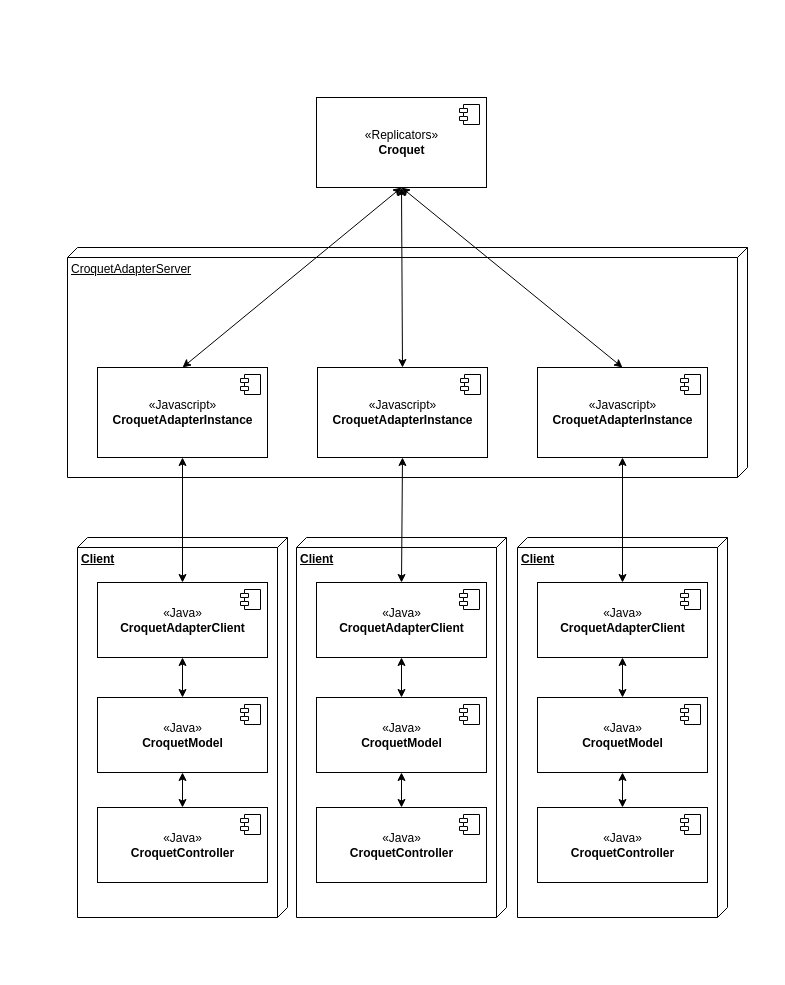
The draw.io diagram croquet.drawio in alemazzo/croquet-adapter, before the edit. Source tidied: cells renumbered, new cells numbered last; positions are measured from the earlier drawing's top-left corner, leaving out a move shared by most shapes. Both pictures are drawn from the tidied source at 100%, with x=0, y=0 at pixel (67, 97).
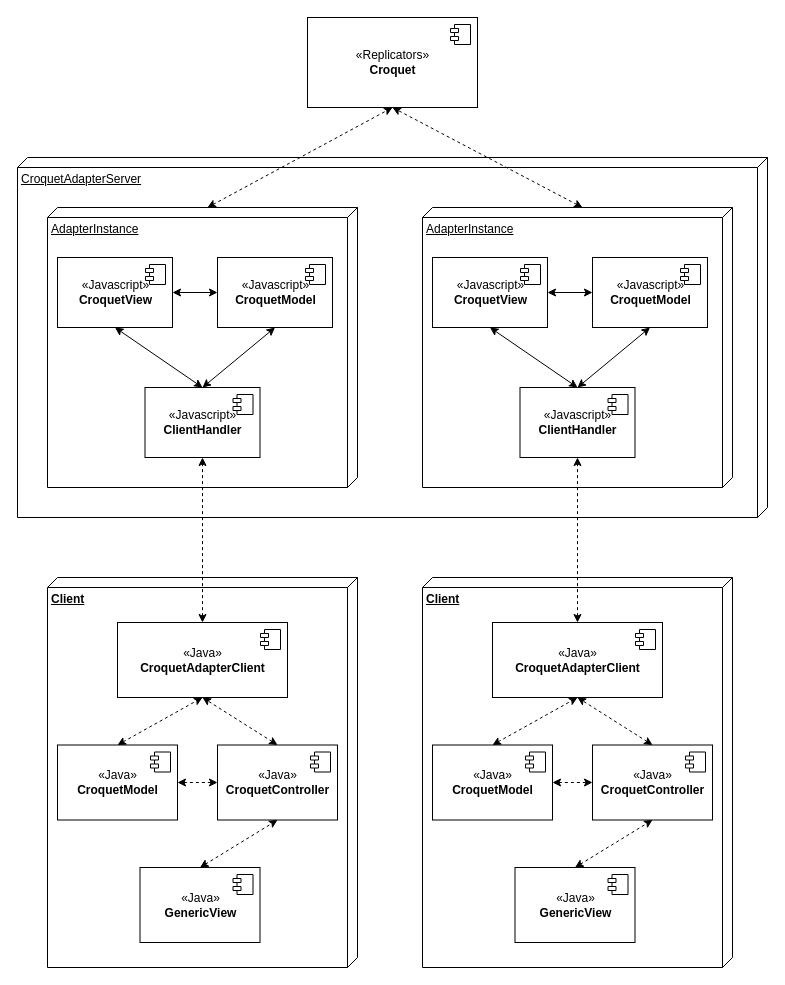
Above is the later version.

What changed in the source:
```diff
@@
     <mxCell id="2" value="&lt;b style=&quot;text-align: center;&quot;&gt;Client&lt;/b&gt;" style="verticalAlign=top;align=left;spacingTop=8;spacingLeft=2;spacingRight=12;shape=cube;size=10;direction=south;fontStyle=4;html=1;" parent="1" vertex="1">
-      <mxGeometry x="10" y="440" width="210" height="380" as="geometry" />
+      <mxGeometry x="-20" y="480" width="310" height="390" as="geometry" />
     </mxCell>
     <mxCell id="3" value="CroquetAdapterServer" style="verticalAlign=top;align=left;spacingTop=8;spacingLeft=2;spacingRight=12;shape=cube;size=10;direction=south;fontStyle=4;html=1;" parent="1" vertex="1">
-      <mxGeometry y="150" width="680" height="230" as="geometry" />
+      <mxGeometry x="-50" y="60" width="750" height="360" as="geometry" />
     </mxCell>
-    <mxCell id="4" style="edgeStyle=none;rounded=0;jettySize=auto;html=1;exitX=0.5;exitY=0;exitDx=0;exitDy=0;entryX=0.5;entryY=1;entryDx=0;entryDy=0;startArrow=classic;startFill=1;" parent="1" edge="1" source="5" target="13">
-      <mxGeometry relative="1" as="geometry" />
-    </mxCell>
-    <mxCell id="5" value="«Javascript»&lt;br&gt;&lt;b&gt;CroquetAdapterInstance&lt;/b&gt;" style="html=1;" parent="1" vertex="1">
-      <mxGeometry x="30" y="270" width="170" height="90" as="geometry" />
-    </mxCell>
-    <mxCell id="6" style="shape=module;jettyWidth=8;jettyHeight=4;" parent="5" vertex="1">
-      <mxGeometry x="1" width="20" height="20" relative="1" as="geometry">
-        <mxPoint x="-27" y="7" as="offset" />
-      </mxGeometry>
-    </mxCell>
-    <mxCell id="7" style="rounded=0;jettySize=auto;html=1;exitX=0.5;exitY=0;exitDx=0;exitDy=0;entryX=0.5;entryY=1;entryDx=0;entryDy=0;startArrow=classic;startFill=1;" parent="1" edge="1" source="8" target="5">
-      <mxGeometry relative="1" as="geometry" />
-    </mxCell>
     <mxCell id="8" value="«Java»&lt;br&gt;&lt;b&gt;CroquetAdapterClient&lt;/b&gt;" style="html=1;" parent="1" vertex="1">
-      <mxGeometry x="30" y="485" width="170" height="75" as="geometry" />
+      <mxGeometry x="50" y="525" width="170" height="75" as="geometry" />
     </mxCell>
@@
-    <mxCell id="10" style="edgeStyle=none;rounded=0;jettySize=auto;html=1;exitX=0.5;exitY=0;exitDx=0;exitDy=0;startArrow=classic;startFill=1;entryX=0.5;entryY=1;entryDx=0;entryDy=0;" parent="1" edge="1" source="11" target="13">
-      <mxGeometry relative="1" as="geometry" />
-    </mxCell>
-    <mxCell id="11" value="«Javascript»&lt;br&gt;&lt;b&gt;CroquetAdapterInstance&lt;/b&gt;" style="html=1;" parent="1" vertex="1">
-      <mxGeometry x="470" y="270" width="170" height="90" as="geometry" />
-    </mxCell>
-    <mxCell id="12" style="shape=module;jettyWidth=8;jettyHeight=4;" parent="11" vertex="1">
-      <mxGeometry x="1" width="20" height="20" relative="1" as="geometry">
-        <mxPoint x="-27" y="7" as="offset" />
-      </mxGeometry>
-    </mxCell>
     <mxCell id="13" value="«Replicators»&lt;br&gt;&lt;b&gt;Croquet&lt;/b&gt;" style="html=1;" parent="1" vertex="1">
-      <mxGeometry x="249" width="170" height="90" as="geometry" />
+      <mxGeometry x="240" y="-80" width="170" height="90" as="geometry" />
     </mxCell>
@@
-    <mxCell id="15" style="edgeStyle=none;rounded=0;jettySize=auto;html=1;exitX=0.5;exitY=0;exitDx=0;exitDy=0;entryX=0.5;entryY=1;entryDx=0;entryDy=0;startArrow=classic;startFill=1;" parent="1" edge="1" source="16" target="13">
-      <mxGeometry relative="1" as="geometry" />
-    </mxCell>
-    <mxCell id="16" value="«Javascript»&lt;br&gt;&lt;b&gt;CroquetAdapterInstance&lt;/b&gt;" style="html=1;" parent="1" vertex="1">
-      <mxGeometry x="250" y="270" width="170" height="90" as="geometry" />
-    </mxCell>
-    <mxCell id="17" style="shape=module;jettyWidth=8;jettyHeight=4;" parent="16" vertex="1">
-      <mxGeometry x="1" width="20" height="20" relative="1" as="geometry">
-        <mxPoint x="-27" y="7" as="offset" />
-      </mxGeometry>
-    </mxCell>
-    <mxCell id="18" style="edgeStyle=none;rounded=0;jettySize=auto;html=1;exitX=0.5;exitY=0;exitDx=0;exitDy=0;entryX=0.5;entryY=1;entryDx=0;entryDy=0;startArrow=classic;startFill=1;" parent="1" edge="1" source="19" target="8">
-      <mxGeometry relative="1" as="geometry" />
-    </mxCell>
-    <mxCell id="19" value="«Java»&lt;br&gt;&lt;b&gt;CroquetModel&lt;/b&gt;" style="html=1;" parent="1" vertex="1">
-      <mxGeometry x="30" y="600" width="170" height="75" as="geometry" />
-    </mxCell>
-    <mxCell id="20" style="shape=module;jettyWidth=8;jettyHeight=4;" parent="19" vertex="1">
-      <mxGeometry x="1" width="20" height="20" relative="1" as="geometry">
-        <mxPoint x="-27" y="7" as="offset" />
-      </mxGeometry>
-    </mxCell>
-    <mxCell id="21" style="edgeStyle=none;rounded=0;jettySize=auto;html=1;exitX=0.5;exitY=0;exitDx=0;exitDy=0;entryX=0.5;entryY=1;entryDx=0;entryDy=0;startArrow=classic;startFill=1;" parent="1" edge="1" source="22" target="19">
-      <mxGeometry relative="1" as="geometry" />
-    </mxCell>
+    <mxCell id="44" style="edgeStyle=none;rounded=0;jettySize=auto;html=1;exitX=0.5;exitY=0;exitDx=0;exitDy=0;dashed=1;startArrow=classic;startFill=1;entryX=0.5;entryY=1;entryDx=0;entryDy=0;" parent="1" edge="1" source="22" target="8">
+      <mxGeometry relative="1" as="geometry" />
+    </mxCell>
     <mxCell id="22" value="«Java»&lt;br&gt;&lt;b&gt;CroquetController&lt;/b&gt;" style="html=1;" parent="1" vertex="1">
-      <mxGeometry x="30" y="710" width="170" height="75" as="geometry" />
+      <mxGeometry x="150" y="647.5" width="120" height="75" as="geometry" />
     </mxCell>
@@
-    <mxCell id="24" value="&lt;b style=&quot;text-align: center;&quot;&gt;Client&lt;/b&gt;" style="verticalAlign=top;align=left;spacingTop=8;spacingLeft=2;spacingRight=12;shape=cube;size=10;direction=south;fontStyle=4;html=1;" parent="1" vertex="1">
-      <mxGeometry x="229" y="440" width="210" height="380" as="geometry" />
-    </mxCell>
-    <mxCell id="25" style="edgeStyle=none;rounded=0;jettySize=auto;html=1;exitX=0.5;exitY=0;exitDx=0;exitDy=0;entryX=0.5;entryY=1;entryDx=0;entryDy=0;startArrow=classic;startFill=1;" parent="1" edge="1" source="26" target="16">
-      <mxGeometry relative="1" as="geometry" />
-    </mxCell>
-    <mxCell id="26" value="«Java»&lt;br&gt;&lt;b&gt;CroquetAdapterClient&lt;/b&gt;" style="html=1;" parent="1" vertex="1">
-      <mxGeometry x="249" y="485" width="170" height="75" as="geometry" />
-    </mxCell>
-    <mxCell id="27" style="shape=module;jettyWidth=8;jettyHeight=4;" parent="26" vertex="1">
-      <mxGeometry x="1" width="20" height="20" relative="1" as="geometry">
-        <mxPoint x="-27" y="7" as="offset" />
-      </mxGeometry>
-    </mxCell>
-    <mxCell id="28" style="edgeStyle=none;rounded=0;jettySize=auto;html=1;exitX=0.5;exitY=0;exitDx=0;exitDy=0;entryX=0.5;entryY=1;entryDx=0;entryDy=0;startArrow=classic;startFill=1;" parent="1" edge="1" source="29" target="26">
-      <mxGeometry relative="1" as="geometry" />
-    </mxCell>
-    <mxCell id="29" value="«Java»&lt;br&gt;&lt;b&gt;CroquetModel&lt;/b&gt;" style="html=1;" parent="1" vertex="1">
-      <mxGeometry x="249" y="600" width="170" height="75" as="geometry" />
-    </mxCell>
-    <mxCell id="30" style="shape=module;jettyWidth=8;jettyHeight=4;" parent="29" vertex="1">
-      <mxGeometry x="1" width="20" height="20" relative="1" as="geometry">
-        <mxPoint x="-27" y="7" as="offset" />
-      </mxGeometry>
-    </mxCell>
-    <mxCell id="31" style="edgeStyle=none;rounded=0;jettySize=auto;html=1;exitX=0.5;exitY=0;exitDx=0;exitDy=0;entryX=0.5;entryY=1;entryDx=0;entryDy=0;startArrow=classic;startFill=1;" parent="1" edge="1" source="32" target="29">
-      <mxGeometry relative="1" as="geometry" />
-    </mxCell>
-    <mxCell id="32" value="«Java»&lt;br&gt;&lt;b&gt;CroquetController&lt;/b&gt;" style="html=1;" parent="1" vertex="1">
-      <mxGeometry x="249" y="710" width="170" height="75" as="geometry" />
-    </mxCell>
-    <mxCell id="33" style="shape=module;jettyWidth=8;jettyHeight=4;" parent="32" vertex="1">
-      <mxGeometry x="1" width="20" height="20" relative="1" as="geometry">
-        <mxPoint x="-27" y="7" as="offset" />
-      </mxGeometry>
-    </mxCell>
-    <mxCell id="34" value="&lt;b style=&quot;text-align: center;&quot;&gt;Client&lt;/b&gt;" style="verticalAlign=top;align=left;spacingTop=8;spacingLeft=2;spacingRight=12;shape=cube;size=10;direction=south;fontStyle=4;html=1;" parent="1" vertex="1">
-      <mxGeometry x="450" y="440" width="210" height="380" as="geometry" />
-    </mxCell>
-    <mxCell id="35" style="edgeStyle=none;rounded=0;jettySize=auto;html=1;exitX=0.5;exitY=0;exitDx=0;exitDy=0;entryX=0.5;entryY=1;entryDx=0;entryDy=0;startArrow=classic;startFill=1;" parent="1" edge="1" source="36" target="11">
-      <mxGeometry relative="1" as="geometry" />
-    </mxCell>
-    <mxCell id="36" value="«Java»&lt;br&gt;&lt;b&gt;CroquetAdapterClient&lt;/b&gt;" style="html=1;" parent="1" vertex="1">
-      <mxGeometry x="470" y="485" width="170" height="75" as="geometry" />
-    </mxCell>
-    <mxCell id="37" style="shape=module;jettyWidth=8;jettyHeight=4;" parent="36" vertex="1">
-      <mxGeometry x="1" width="20" height="20" relative="1" as="geometry">
-        <mxPoint x="-27" y="7" as="offset" />
-      </mxGeometry>
-    </mxCell>
-    <mxCell id="38" style="edgeStyle=none;rounded=0;jettySize=auto;html=1;exitX=0.5;exitY=0;exitDx=0;exitDy=0;entryX=0.5;entryY=1;entryDx=0;entryDy=0;startArrow=classic;startFill=1;" parent="1" edge="1" source="39" target="36">
-      <mxGeometry relative="1" as="geometry" />
-    </mxCell>
-    <mxCell id="39" value="«Java»&lt;br&gt;&lt;b&gt;CroquetModel&lt;/b&gt;" style="html=1;" parent="1" vertex="1">
-      <mxGeometry x="470" y="600" width="170" height="75" as="geometry" />
-    </mxCell>
-    <mxCell id="40" style="shape=module;jettyWidth=8;jettyHeight=4;" parent="39" vertex="1">
-      <mxGeometry x="1" width="20" height="20" relative="1" as="geometry">
-        <mxPoint x="-27" y="7" as="offset" />
-      </mxGeometry>
-    </mxCell>
-    <mxCell id="41" style="edgeStyle=none;rounded=0;jettySize=auto;html=1;exitX=0.5;exitY=0;exitDx=0;exitDy=0;entryX=0.5;entryY=1;entryDx=0;entryDy=0;startArrow=classic;startFill=1;" parent="1" edge="1" source="42" target="39">
-      <mxGeometry relative="1" as="geometry" />
-    </mxCell>
-    <mxCell id="42" value="«Java»&lt;br&gt;&lt;b&gt;CroquetController&lt;/b&gt;" style="html=1;" parent="1" vertex="1">
-      <mxGeometry x="470" y="710" width="170" height="75" as="geometry" />
-    </mxCell>
-    <mxCell id="43" style="shape=module;jettyWidth=8;jettyHeight=4;" parent="42" vertex="1">
-      <mxGeometry x="1" width="20" height="20" relative="1" as="geometry">
-        <mxPoint x="-27" y="7" as="offset" />
-      </mxGeometry>
-    </mxCell>
+    <mxCell id="45" value="AdapterInstance" style="verticalAlign=top;align=left;spacingTop=8;spacingLeft=2;spacingRight=12;shape=cube;size=10;direction=south;fontStyle=4;html=1;" parent="1" vertex="1">
+      <mxGeometry x="-20" y="110" width="310" height="280" as="geometry" />
+    </mxCell>
+    <mxCell id="46" style="edgeStyle=none;rounded=0;jettySize=auto;html=1;exitX=0;exitY=0;exitDx=0;exitDy=150;entryX=0.5;entryY=1;entryDx=0;entryDy=0;startArrow=classic;startFill=1;dashed=1;exitPerimeter=0;" parent="1" edge="1" source="45" target="13">
+      <mxGeometry relative="1" as="geometry" />
+    </mxCell>
+    <mxCell id="47" value="«Javascript»&lt;br&gt;&lt;b&gt;CroquetModel&lt;/b&gt;" style="html=1;" parent="1" vertex="1">
+      <mxGeometry x="150" y="160" width="115" height="70" as="geometry" />
+    </mxCell>
+    <mxCell id="48" style="shape=module;jettyWidth=8;jettyHeight=4;" parent="47" vertex="1">
+      <mxGeometry x="1" width="20" height="20" relative="1" as="geometry">
+        <mxPoint x="-27" y="7" as="offset" />
+      </mxGeometry>
+    </mxCell>
+    <mxCell id="49" style="edgeStyle=none;rounded=0;jettySize=auto;html=1;exitX=1;exitY=0.5;exitDx=0;exitDy=0;entryX=0;entryY=0.5;entryDx=0;entryDy=0;startArrow=classic;startFill=1;" parent="1" edge="1" source="50" target="47">
+      <mxGeometry relative="1" as="geometry" />
+    </mxCell>
+    <mxCell id="50" value="«Javascript»&lt;br&gt;&lt;b&gt;CroquetView&lt;/b&gt;" style="html=1;" parent="1" vertex="1">
+      <mxGeometry x="-10" y="160" width="115" height="70" as="geometry" />
+    </mxCell>
+    <mxCell id="51" style="shape=module;jettyWidth=8;jettyHeight=4;" parent="50" vertex="1">
+      <mxGeometry x="1" width="20" height="20" relative="1" as="geometry">
+        <mxPoint x="-27" y="7" as="offset" />
+      </mxGeometry>
+    </mxCell>
+    <mxCell id="52" style="edgeStyle=none;rounded=0;jettySize=auto;html=1;exitX=0.5;exitY=0;exitDx=0;exitDy=0;entryX=0.5;entryY=1;entryDx=0;entryDy=0;dashed=1;startArrow=classic;startFill=1;" parent="1" edge="1" source="8" target="55">
+      <mxGeometry relative="1" as="geometry" />
+    </mxCell>
+    <mxCell id="53" style="edgeStyle=none;rounded=0;jettySize=auto;html=1;exitX=0.5;exitY=0;exitDx=0;exitDy=0;entryX=0.5;entryY=1;entryDx=0;entryDy=0;startArrow=classic;startFill=1;" parent="1" edge="1" source="55" target="50">
+      <mxGeometry relative="1" as="geometry" />
+    </mxCell>
+    <mxCell id="54" style="edgeStyle=none;rounded=0;jettySize=auto;html=1;exitX=0.5;exitY=0;exitDx=0;exitDy=0;entryX=0.5;entryY=1;entryDx=0;entryDy=0;startArrow=classic;startFill=1;" parent="1" edge="1" source="55" target="47">
+      <mxGeometry relative="1" as="geometry" />
+    </mxCell>
+    <mxCell id="55" value="«Javascript»&lt;br&gt;&lt;b&gt;ClientHandler&lt;/b&gt;" style="html=1;" parent="1" vertex="1">
+      <mxGeometry x="77.5" y="290" width="115" height="70" as="geometry" />
+    </mxCell>
+    <mxCell id="56" style="shape=module;jettyWidth=8;jettyHeight=4;" parent="55" vertex="1">
+      <mxGeometry x="1" width="20" height="20" relative="1" as="geometry">
+        <mxPoint x="-27" y="7" as="offset" />
+      </mxGeometry>
+    </mxCell>
+    <mxCell id="57" value="AdapterInstance" style="verticalAlign=top;align=left;spacingTop=8;spacingLeft=2;spacingRight=12;shape=cube;size=10;direction=south;fontStyle=4;html=1;" parent="1" vertex="1">
+      <mxGeometry x="355" y="110" width="310" height="280" as="geometry" />
+    </mxCell>
+    <mxCell id="58" style="edgeStyle=none;rounded=0;jettySize=auto;html=1;exitX=0;exitY=0;exitDx=0;exitDy=150;entryX=0.5;entryY=1;entryDx=0;entryDy=0;startArrow=classic;startFill=1;dashed=1;exitPerimeter=0;" parent="1" edge="1" source="57" target="13">
+      <mxGeometry relative="1" as="geometry" />
+    </mxCell>
+    <mxCell id="59" value="«Javascript»&lt;br&gt;&lt;b&gt;CroquetModel&lt;/b&gt;" style="html=1;" parent="1" vertex="1">
+      <mxGeometry x="525" y="160" width="115" height="70" as="geometry" />
+    </mxCell>
+    <mxCell id="60" style="shape=module;jettyWidth=8;jettyHeight=4;" parent="59" vertex="1">
+      <mxGeometry x="1" width="20" height="20" relative="1" as="geometry">
+        <mxPoint x="-27" y="7" as="offset" />
+      </mxGeometry>
+    </mxCell>
+    <mxCell id="61" style="edgeStyle=none;rounded=0;jettySize=auto;html=1;exitX=1;exitY=0.5;exitDx=0;exitDy=0;entryX=0;entryY=0.5;entryDx=0;entryDy=0;startArrow=classic;startFill=1;" parent="1" edge="1" source="62" target="59">
+      <mxGeometry relative="1" as="geometry" />
+    </mxCell>
+    <mxCell id="62" value="«Javascript»&lt;br&gt;&lt;b&gt;CroquetView&lt;/b&gt;" style="html=1;" parent="1" vertex="1">
+      <mxGeometry x="365" y="160" width="115" height="70" as="geometry" />
+    </mxCell>
+    <mxCell id="63" style="shape=module;jettyWidth=8;jettyHeight=4;" parent="62" vertex="1">
+      <mxGeometry x="1" width="20" height="20" relative="1" as="geometry">
+        <mxPoint x="-27" y="7" as="offset" />
+      </mxGeometry>
+    </mxCell>
+    <mxCell id="64" style="edgeStyle=none;rounded=0;jettySize=auto;html=1;exitX=0.5;exitY=0;exitDx=0;exitDy=0;entryX=0.5;entryY=1;entryDx=0;entryDy=0;startArrow=classic;startFill=1;" parent="1" edge="1" source="66" target="62">
+      <mxGeometry relative="1" as="geometry" />
+    </mxCell>
+    <mxCell id="65" style="edgeStyle=none;rounded=0;jettySize=auto;html=1;exitX=0.5;exitY=0;exitDx=0;exitDy=0;entryX=0.5;entryY=1;entryDx=0;entryDy=0;startArrow=classic;startFill=1;" parent="1" edge="1" source="66" target="59">
+      <mxGeometry relative="1" as="geometry" />
+    </mxCell>
+    <mxCell id="66" value="«Javascript»&lt;br&gt;&lt;b&gt;ClientHandler&lt;/b&gt;" style="html=1;" parent="1" vertex="1">
+      <mxGeometry x="452.5" y="290" width="115" height="70" as="geometry" />
+    </mxCell>
+    <mxCell id="67" style="shape=module;jettyWidth=8;jettyHeight=4;" parent="66" vertex="1">
+      <mxGeometry x="1" width="20" height="20" relative="1" as="geometry">
+        <mxPoint x="-27" y="7" as="offset" />
+      </mxGeometry>
+    </mxCell>
+    <mxCell id="68" style="edgeStyle=none;rounded=0;jettySize=auto;html=1;exitX=0.5;exitY=0;exitDx=0;exitDy=0;entryX=0.5;entryY=1;entryDx=0;entryDy=0;dashed=1;startArrow=classic;startFill=1;" parent="1" edge="1" source="70" target="8">
+      <mxGeometry relative="1" as="geometry" />
+    </mxCell>
+    <mxCell id="69" style="edgeStyle=none;rounded=0;jettySize=auto;html=1;exitX=1;exitY=0.5;exitDx=0;exitDy=0;entryX=0;entryY=0.5;entryDx=0;entryDy=0;dashed=1;startArrow=classic;startFill=1;" parent="1" edge="1" source="70" target="22">
+      <mxGeometry relative="1" as="geometry" />
+    </mxCell>
+    <mxCell id="70" value="«Java»&lt;br&gt;&lt;b&gt;CroquetModel&lt;/b&gt;" style="html=1;" parent="1" vertex="1">
+      <mxGeometry x="-10" y="647.5" width="120" height="75" as="geometry" />
+    </mxCell>
+    <mxCell id="71" style="shape=module;jettyWidth=8;jettyHeight=4;" parent="70" vertex="1">
+      <mxGeometry x="1" width="20" height="20" relative="1" as="geometry">
+        <mxPoint x="-27" y="7" as="offset" />
+      </mxGeometry>
+    </mxCell>
+    <mxCell id="72" style="edgeStyle=none;rounded=0;jettySize=auto;html=1;exitX=0.5;exitY=0;exitDx=0;exitDy=0;entryX=0.5;entryY=1;entryDx=0;entryDy=0;dashed=1;startArrow=classic;startFill=1;" parent="1" edge="1" source="73" target="22">
+      <mxGeometry relative="1" as="geometry" />
+    </mxCell>
+    <mxCell id="73" value="«Java»&lt;br&gt;&lt;b&gt;GenericView&lt;/b&gt;" style="html=1;" parent="1" vertex="1">
+      <mxGeometry x="72.5" y="770" width="120" height="75" as="geometry" />
+    </mxCell>
+    <mxCell id="74" style="shape=module;jettyWidth=8;jettyHeight=4;" parent="73" vertex="1">
+      <mxGeometry x="1" width="20" height="20" relative="1" as="geometry">
+        <mxPoint x="-27" y="7" as="offset" />
+      </mxGeometry>
+    </mxCell>
+    <mxCell id="75" value="&lt;b style=&quot;text-align: center;&quot;&gt;Client&lt;/b&gt;" style="verticalAlign=top;align=left;spacingTop=8;spacingLeft=2;spacingRight=12;shape=cube;size=10;direction=south;fontStyle=4;html=1;" parent="1" vertex="1">
+      <mxGeometry x="355" y="480" width="310" height="390" as="geometry" />
+    </mxCell>
+    <mxCell id="76" style="edgeStyle=none;rounded=0;jettySize=auto;html=1;exitX=0.5;exitY=0;exitDx=0;exitDy=0;entryX=0.5;entryY=1;entryDx=0;entryDy=0;dashed=1;startArrow=classic;startFill=1;" parent="1" edge="1" source="77" target="66">
+      <mxGeometry relative="1" as="geometry" />
+    </mxCell>
+    <mxCell id="77" value="«Java»&lt;br&gt;&lt;b&gt;CroquetAdapterClient&lt;/b&gt;" style="html=1;" parent="1" vertex="1">
+      <mxGeometry x="425" y="525" width="170" height="75" as="geometry" />
+    </mxCell>
+    <mxCell id="78" style="shape=module;jettyWidth=8;jettyHeight=4;" parent="77" vertex="1">
+      <mxGeometry x="1" width="20" height="20" relative="1" as="geometry">
+        <mxPoint x="-27" y="7" as="offset" />
+      </mxGeometry>
+    </mxCell>
+    <mxCell id="79" style="edgeStyle=none;rounded=0;jettySize=auto;html=1;exitX=0.5;exitY=0;exitDx=0;exitDy=0;dashed=1;startArrow=classic;startFill=1;entryX=0.5;entryY=1;entryDx=0;entryDy=0;" parent="1" edge="1" source="80" target="77">
+      <mxGeometry relative="1" as="geometry" />
+    </mxCell>
+    <mxCell id="80" value="«Java»&lt;br&gt;&lt;b&gt;CroquetController&lt;/b&gt;" style="html=1;" parent="1" vertex="1">
+      <mxGeometry x="525" y="647.5" width="120" height="75" as="geometry" />
+    </mxCell>
+    <mxCell id="81" style="shape=module;jettyWidth=8;jettyHeight=4;" parent="80" vertex="1">
+      <mxGeometry x="1" width="20" height="20" relative="1" as="geometry">
+        <mxPoint x="-27" y="7" as="offset" />
+      </mxGeometry>
+    </mxCell>
+    <mxCell id="82" style="edgeStyle=none;rounded=0;jettySize=auto;html=1;exitX=0.5;exitY=0;exitDx=0;exitDy=0;entryX=0.5;entryY=1;entryDx=0;entryDy=0;dashed=1;startArrow=classic;startFill=1;" parent="1" edge="1" source="84" target="77">
+      <mxGeometry relative="1" as="geometry" />
+    </mxCell>
+    <mxCell id="83" style="edgeStyle=none;rounded=0;jettySize=auto;html=1;exitX=1;exitY=0.5;exitDx=0;exitDy=0;entryX=0;entryY=0.5;entryDx=0;entryDy=0;dashed=1;startArrow=classic;startFill=1;" parent="1" edge="1" source="84" target="80">
+      <mxGeometry relative="1" as="geometry" />
+    </mxCell>
+    <mxCell id="84" value="«Java»&lt;br&gt;&lt;b&gt;CroquetModel&lt;/b&gt;" style="html=1;" parent="1" vertex="1">
+      <mxGeometry x="365" y="647.5" width="120" height="75" as="geometry" />
+    </mxCell>
+    <mxCell id="85" style="shape=module;jettyWidth=8;jettyHeight=4;" parent="84" vertex="1">
+      <mxGeometry x="1" width="20" height="20" relative="1" as="geometry">
+        <mxPoint x="-27" y="7" as="offset" />
+      </mxGeometry>
+    </mxCell>
+    <mxCell id="86" style="edgeStyle=none;rounded=0;jettySize=auto;html=1;exitX=0.5;exitY=0;exitDx=0;exitDy=0;entryX=0.5;entryY=1;entryDx=0;entryDy=0;dashed=1;startArrow=classic;startFill=1;" parent="1" edge="1" source="87" target="80">
+      <mxGeometry relative="1" as="geometry" />
+    </mxCell>
+    <mxCell id="87" value="«Java»&lt;br&gt;&lt;b&gt;GenericView&lt;/b&gt;" style="html=1;" parent="1" vertex="1">
+      <mxGeometry x="447.5" y="770" width="120" height="75" as="geometry" />
+    </mxCell>
+    <mxCell id="88" style="shape=module;jettyWidth=8;jettyHeight=4;" parent="87" vertex="1">
+      <mxGeometry x="1" width="20" height="20" relative="1" as="geometry">
+        <mxPoint x="-27" y="7" as="offset" />
+      </mxGeometry>
+    </mxCell>
```
